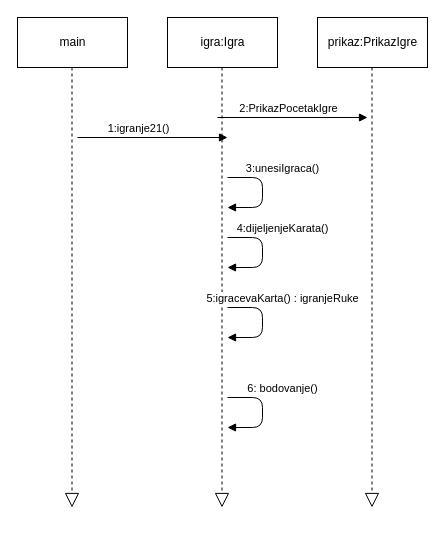
avrkic/21 keeps this draw.io diagram as page "Dijagram slijeda igranja 21" (10 of 13) of Untitled Diagram.drawio. Above is the earlier version. Source tidied: cells renumbered, new cells numbered last; positions are measured from the earlier drawing's top-left corner, leaving out a move shared by most shapes. Both pictures are drawn from the tidied source at 100%, with x=0, y=0 at pixel (17, 17).
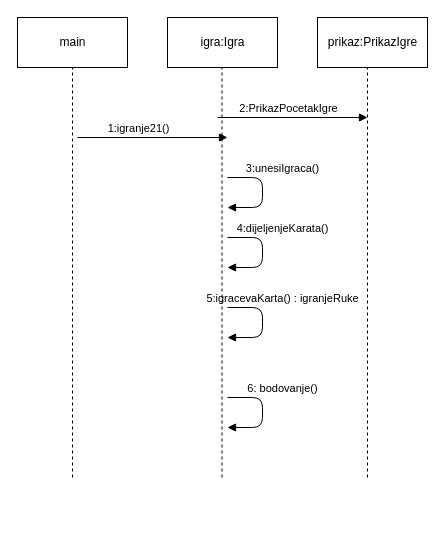
Above is the later version.

Unchanged cells that the change refers to:
```xml
<mxCell id="2" value="main" style="html=1;" parent="1" vertex="1">
  <mxGeometry width="110" height="50" as="geometry" />
</mxCell>
```

The edit, as a diff of the source:
```diff
@@
-    <mxCell id="3" style="endArrow=block;dashed=1;endFill=0;endSize=12;html=1;exitX=0.5;exitY=1;exitDx=0;exitDy=0;" parent="1" edge="1">
-      <mxGeometry relative="1" as="geometry">
-        <mxPoint x="54.5" y="50" as="sourcePoint" />
-        <mxPoint x="54.5" y="490" as="targetPoint" />
-      </mxGeometry>
-    </mxCell>
@@
-    <mxCell id="5" style="endArrow=block;dashed=1;endFill=0;endSize=12;html=1;exitX=0.5;exitY=1;exitDx=0;exitDy=0;" parent="1" edge="1">
-      <mxGeometry relative="1" as="geometry">
-        <mxPoint x="204.5" y="50" as="sourcePoint" />
-        <mxPoint x="204.5" y="490" as="targetPoint" />
-      </mxGeometry>
-    </mxCell>
@@
-    <mxCell id="9" style="endArrow=block;dashed=1;endFill=0;endSize=12;html=1;exitX=0.5;exitY=1;exitDx=0;exitDy=0;" parent="1" edge="1">
-      <mxGeometry relative="1" as="geometry">
-        <mxPoint x="354.5" y="50" as="sourcePoint" />
-        <mxPoint x="354.5" y="490" as="targetPoint" />
-      </mxGeometry>
-    </mxCell>
@@
+    <mxCell id="20" style="endArrow=none;dashed=1;html=1;entryX=0.5;entryY=1;entryDx=0;entryDy=0;" parent="1" edge="1" target="2">
+      <mxGeometry relative="1" as="geometry">
+        <mxPoint x="55" y="460" as="sourcePoint" />
+      </mxGeometry>
+    </mxCell>
+    <mxCell id="21" style="endArrow=none;dashed=1;html=1;entryX=0.5;entryY=1;entryDx=0;entryDy=0;" parent="1" edge="1">
+      <mxGeometry relative="1" as="geometry">
+        <mxPoint x="204.5" y="460" as="sourcePoint" />
+        <mxPoint x="204.5" y="50" as="targetPoint" />
+      </mxGeometry>
+    </mxCell>
+    <mxCell id="22" style="endArrow=none;dashed=1;html=1;entryX=0.5;entryY=1;entryDx=0;entryDy=0;" parent="1" edge="1">
+      <mxGeometry relative="1" as="geometry">
+        <mxPoint x="350" y="460" as="sourcePoint" />
+        <mxPoint x="350" y="50" as="targetPoint" />
+      </mxGeometry>
+    </mxCell>
```
